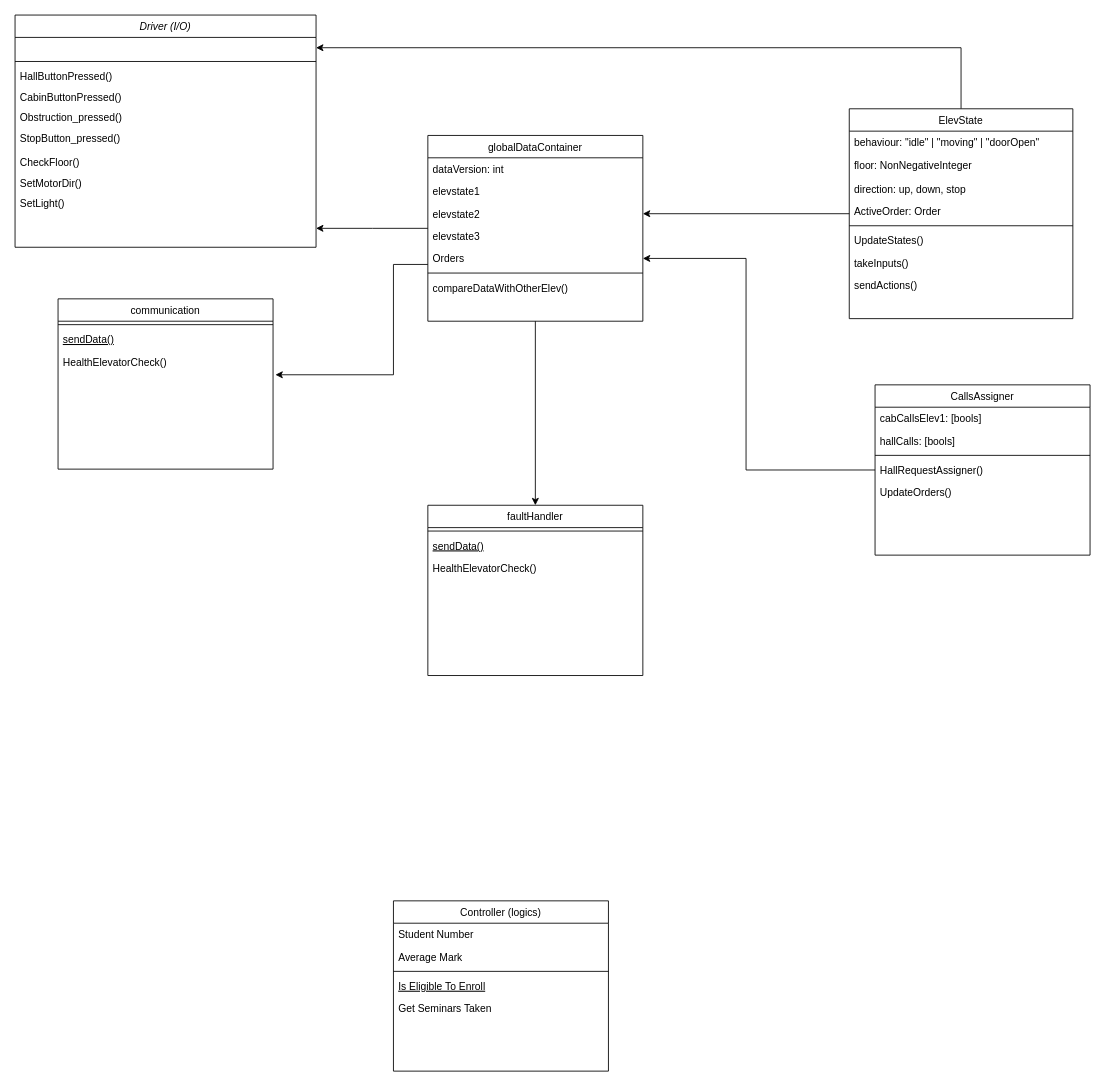
Above: Diagrammer/gustavs_klassediagram.drawio in MathiasSagerup/Sanntid (draw.io), before the change. Source tidied: cells renumbered, new cells numbered last; positions are measured from the earlier drawing's top-left corner, leaving out a move shared by most shapes. Both pictures are drawn from the tidied source at 86%, with x=0, y=0 at pixel (15, 15).
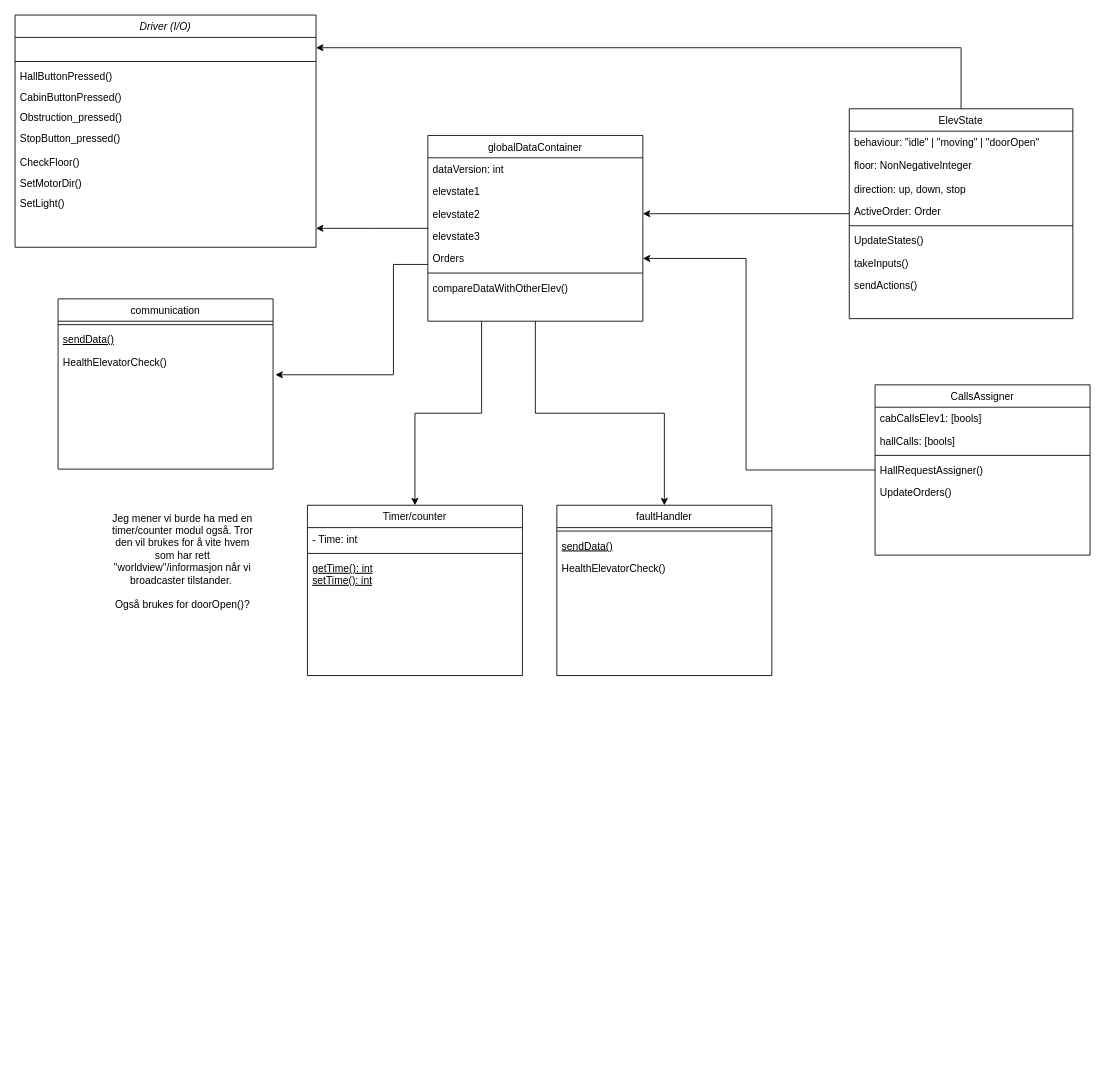
The same page after the edit.

Commit message:
La til timer modul. Mulig den må kobles til flere moduler.

Unchanged cells that the change refers to:
```xml
<mxCell id="42" value="globalDataContainer" style="swimlane;fontStyle=0;align=center;verticalAlign=top;horizontal=1;startSize=26;rounded=0;shadow=0;strokeWidth=1;" parent="1" vertex="1">
  <mxGeometry x="480" y="140" width="250" height="216" as="geometry" />
</mxCell>
```

Diff of the diagram source:
```diff
@@
-    <mxCell id="12" value="Controller (logics)" style="swimlane;fontStyle=0;align=center;verticalAlign=top;horizontal=1;startSize=26;rounded=0;shadow=0;strokeWidth=1;" parent="1" vertex="1">
-      <mxGeometry x="440" y="1030" width="250" height="198" as="geometry" />
-    </mxCell>
-    <mxCell id="13" value="Student Number" style="text;align=left;verticalAlign=top;spacingLeft=4;spacingRight=4;overflow=hidden;" parent="12" vertex="1">
-      <mxGeometry y="26" width="250" height="26" as="geometry" />
-    </mxCell>
-    <mxCell id="14" value="Average Mark" style="text;align=left;verticalAlign=top;spacingLeft=4;spacingRight=4;overflow=hidden;rounded=0;shadow=0;html=0;" parent="12" vertex="1">
-      <mxGeometry y="52" width="250" height="26" as="geometry" />
-    </mxCell>
-    <mxCell id="15" style="line;html=1;strokeWidth=1;align=left;verticalAlign=middle;spacingTop=-1;spacingLeft=3;spacingRight=3;labelPosition=right;" parent="12" vertex="1">
-      <mxGeometry y="78" width="250" height="8" as="geometry" />
-    </mxCell>
-    <mxCell id="16" value="Is Eligible To Enroll" style="text;align=left;verticalAlign=top;spacingLeft=4;spacingRight=4;overflow=hidden;fontStyle=4;" parent="12" vertex="1">
-      <mxGeometry y="86" width="250" height="26" as="geometry" />
-    </mxCell>
-    <mxCell id="17" value="Get Seminars Taken" style="text;align=left;verticalAlign=top;spacingLeft=4;spacingRight=4;overflow=hidden;" parent="12" vertex="1">
-      <mxGeometry y="112" width="250" height="26" as="geometry" />
-    </mxCell>
@@
+    <mxCell id="55" style="edgeStyle=orthogonalEdgeStyle;rounded=0;jettySize=auto;html=1;exitX=0.25;exitY=1;exitDx=0;exitDy=0;entryX=0.5;entryY=0;entryDx=0;entryDy=0;" parent="1" edge="1" source="42" target="56">
+      <mxGeometry relative="1" as="geometry" />
+    </mxCell>
@@
     <mxCell id="51" value="faultHandler" style="swimlane;fontStyle=0;align=center;verticalAlign=top;horizontal=1;startSize=26;rounded=0;shadow=0;strokeWidth=1;" parent="1" vertex="1">
-      <mxGeometry x="480" y="570" width="250" height="198" as="geometry" />
+      <mxGeometry x="630" y="570" width="250" height="198" as="geometry" />
     </mxCell>
@@
+    <mxCell id="56" value="Timer/counter" style="swimlane;fontStyle=0;align=center;verticalAlign=top;horizontal=1;startSize=26;rounded=0;shadow=0;strokeWidth=1;" parent="1" vertex="1">
+      <mxGeometry x="340" y="570" width="250" height="198" as="geometry" />
+    </mxCell>
+    <mxCell id="57" value="- Time: int" style="text;align=left;verticalAlign=top;spacingLeft=4;spacingRight=4;overflow=hidden;rounded=0;shadow=0;html=0;" parent="56" vertex="1">
+      <mxGeometry y="26" width="250" height="26" as="geometry" />
+    </mxCell>
+    <mxCell id="58" style="line;html=1;strokeWidth=1;align=left;verticalAlign=middle;spacingTop=-1;spacingLeft=3;spacingRight=3;labelPosition=right;" parent="56" vertex="1">
+      <mxGeometry y="52" width="250" height="8" as="geometry" />
+    </mxCell>
+    <mxCell id="59" value="getTime(): int&#10;setTime(): int" style="text;align=left;verticalAlign=top;spacingLeft=4;spacingRight=4;overflow=hidden;fontStyle=4;" parent="56" vertex="1">
+      <mxGeometry y="60" width="250" height="70" as="geometry" />
+    </mxCell>
+    <mxCell id="60" value="Jeg mener vi burde ha med en timer/counter modul også. Tror den vil brukes for å vite hvem som har rett &quot;worldview&quot;/informasjon når vi broadcaster tilstander.&amp;nbsp;&lt;div&gt;&lt;br&gt;&lt;/div&gt;&lt;div&gt;Også brukes for doorOpen()?&lt;br&gt;&lt;div&gt;&lt;br&gt;&lt;/div&gt;&lt;div&gt;&lt;br&gt;&lt;/div&gt;&lt;/div&gt;" style="text;html=1;whiteSpace=wrap;strokeColor=none;fillColor=none;align=center;verticalAlign=middle;rounded=0;" parent="1" vertex="1">
+      <mxGeometry x="110" y="570" width="170" height="160" as="geometry" />
+    </mxCell>
```
